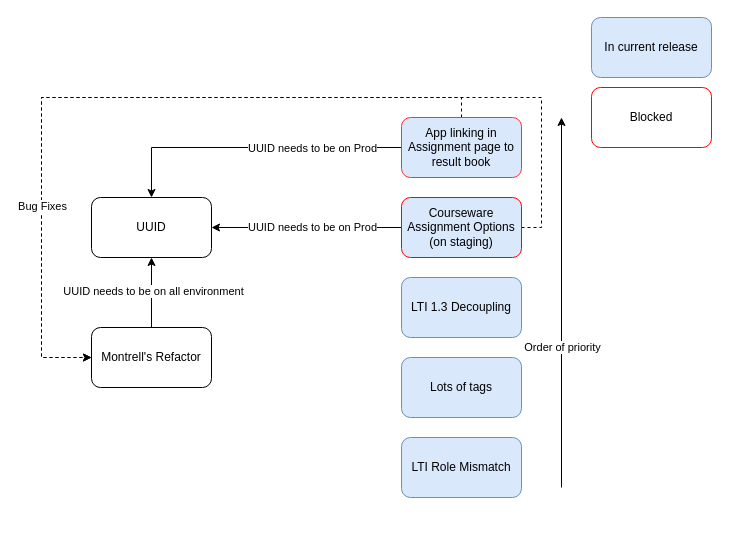
Earlier version of the draw.io diagram Untitled Diagram.drawio (gauravsingh-shadowhealth/AdventuresInMachineLearning). Source tidied: cells renumbered, new cells numbered last; positions are measured from the earlier drawing's top-left corner, leaving out a move shared by most shapes. Both pictures are drawn from the tidied source at 100%, with x=0, y=0 at pixel (41, 17).
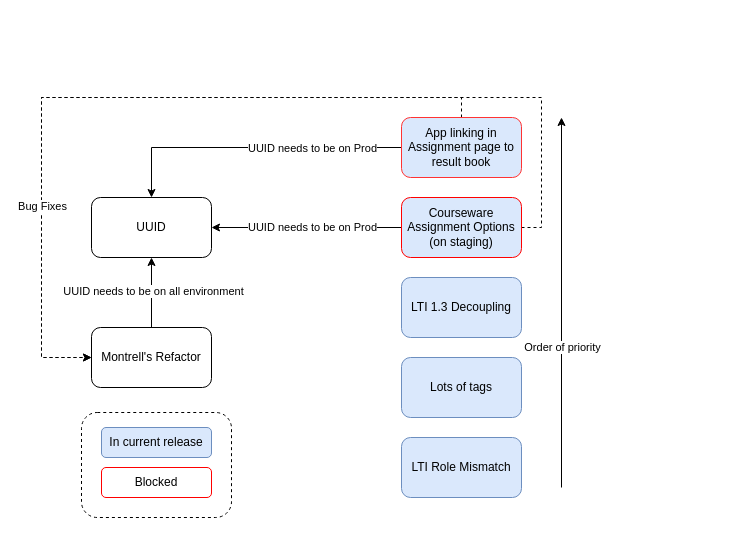
The same diagram, later.

Diff of the diagram source:
```diff
@@
+    <mxCell id="22" style="rounded=1;whiteSpace=wrap;html=1;strokeColor=#000000;dashed=1;" parent="1" vertex="1">
+      <mxGeometry x="40" y="395" width="150" height="105" as="geometry" />
+    </mxCell>
@@
     <mxCell id="10" value="In current release" style="rounded=1;whiteSpace=wrap;html=1;fillColor=#dae8fc;strokeColor=#6c8ebf;" parent="1" vertex="1">
-      <mxGeometry x="550" width="120" height="60" as="geometry" />
+      <mxGeometry x="60" y="410" width="110" height="30" as="geometry" />
     </mxCell>
@@
     <mxCell id="18" value="Blocked" style="rounded=1;whiteSpace=wrap;html=1;strokeColor=#FF0000;" parent="1" vertex="1">
-      <mxGeometry x="550" y="70" width="120" height="60" as="geometry" />
+      <mxGeometry x="60" y="450" width="110" height="30" as="geometry" />
     </mxCell>
```
